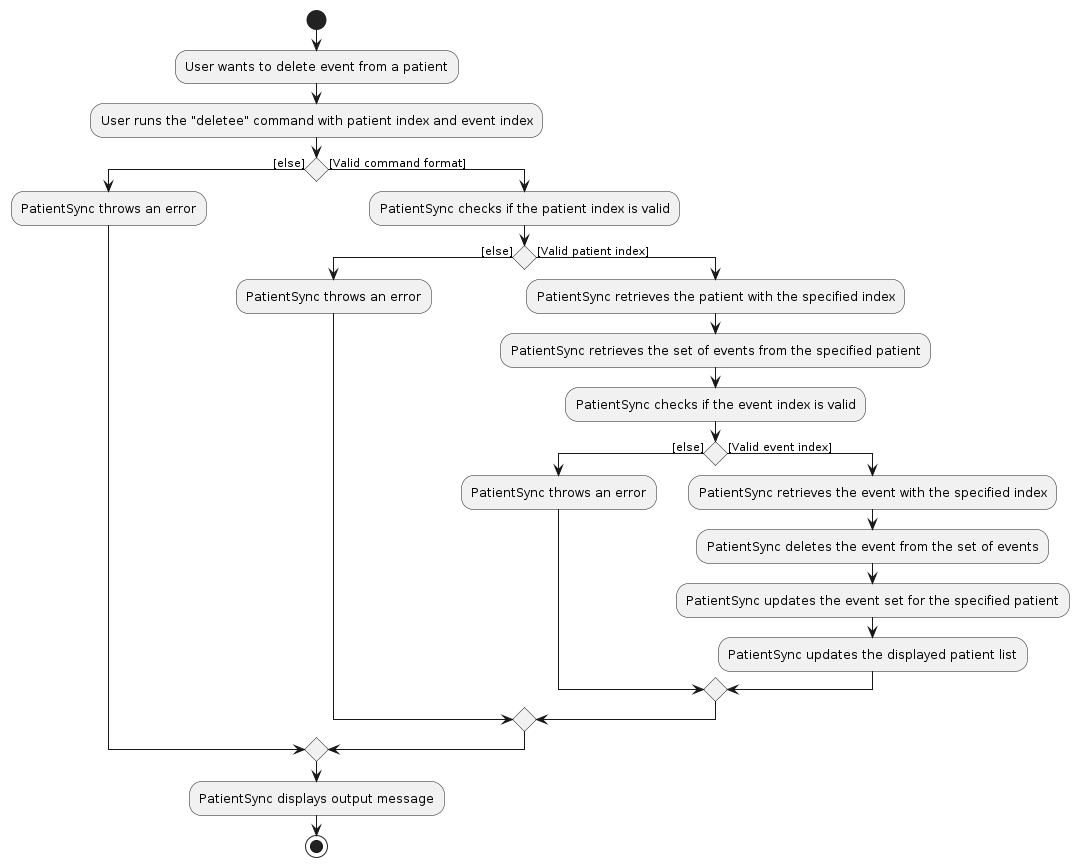
NeoHW/tp keeps this PlantUML diagram as diagrams/DeleteEventActivityDiagram.png. Above is the earlier version. Its source is kept beside it as diagrams/DeleteEventActivityDiagram.puml.
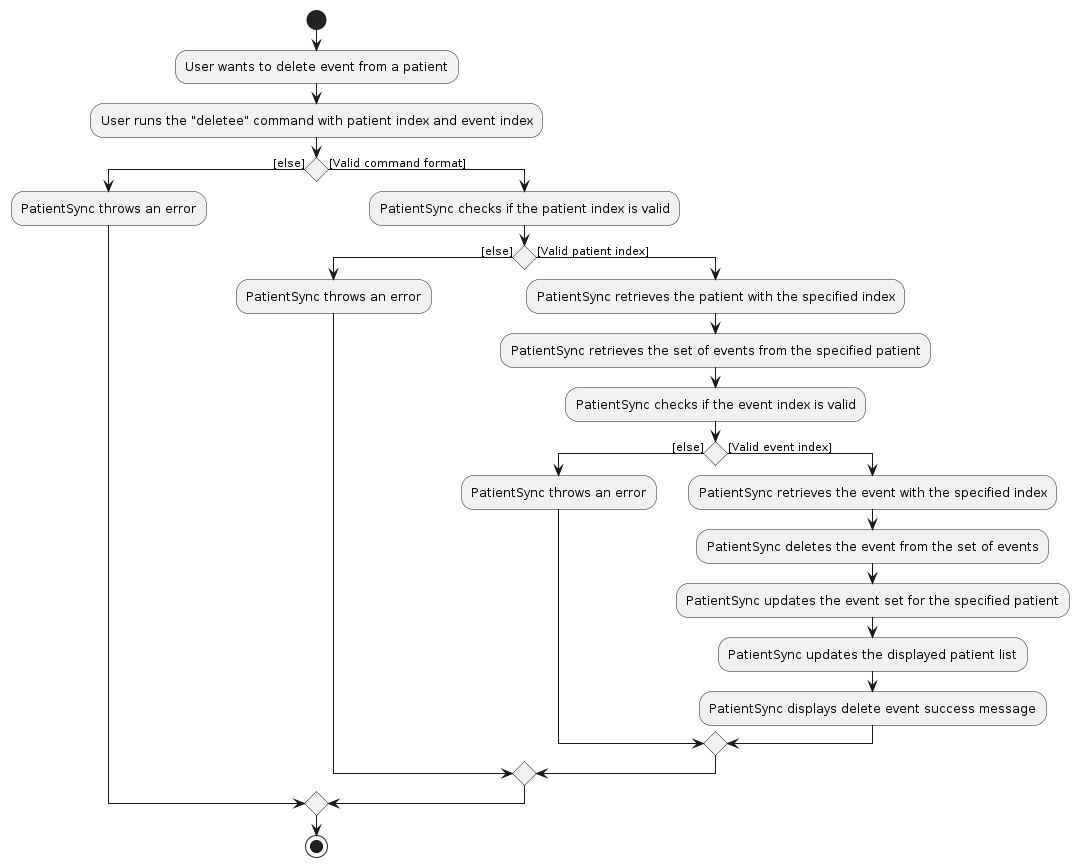
After the commit.

Change to the diagram source:
```diff
@@ -19,9 +19,9 @@
             :PatientSync deletes the event from the set of events;
             :PatientSync updates the event set for the specified patient;
             :PatientSync updates the displayed patient list;
+            :PatientSync displays delete event success message;
         endif
     endif
 endif
-:PatientSync displays output message;
 stop
 @enduml
```
